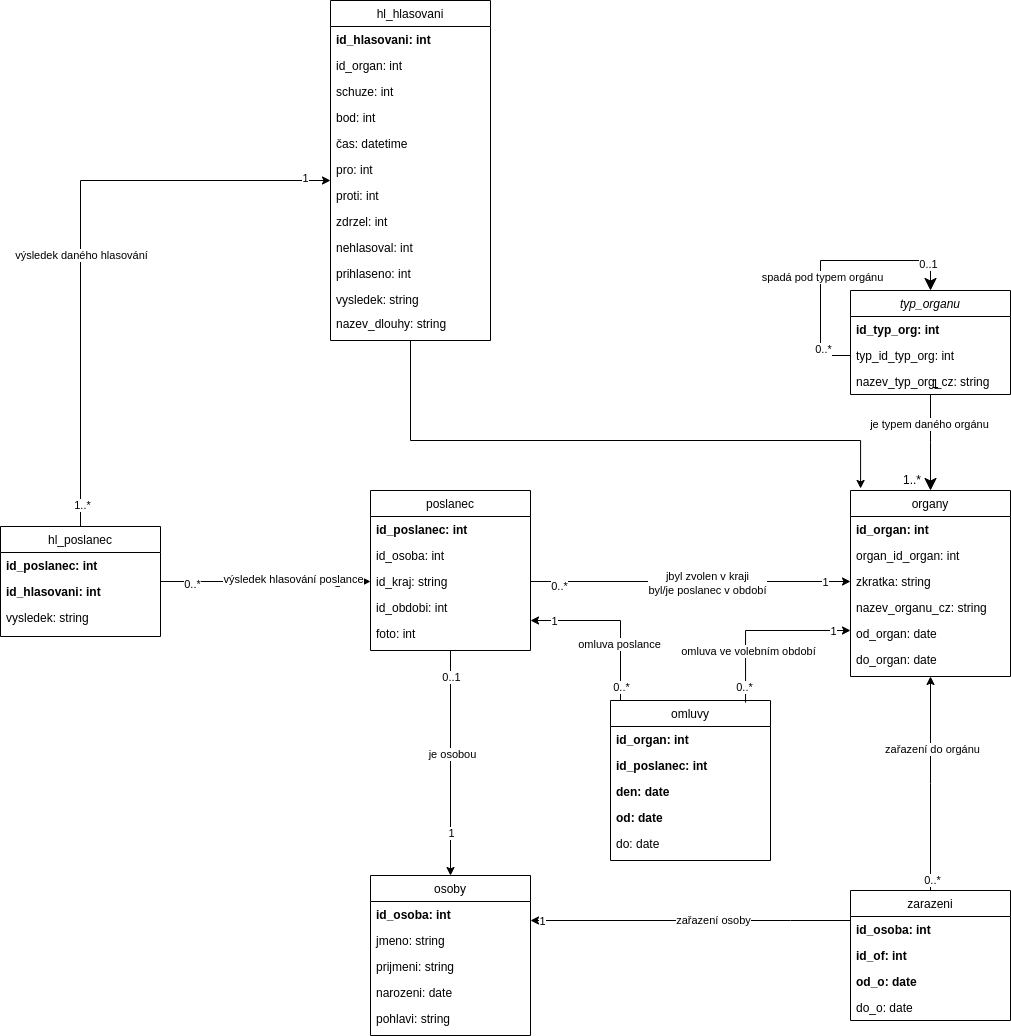
This is src/images/source_data_diagram.png from lukas-dang/diploma-thesis, a draw.io export, as it was before one commit. Source tidied: cells renumbered, new cells last; positions are measured from the earlier drawing's top-left corner, leaving out a move shared by most shapes.
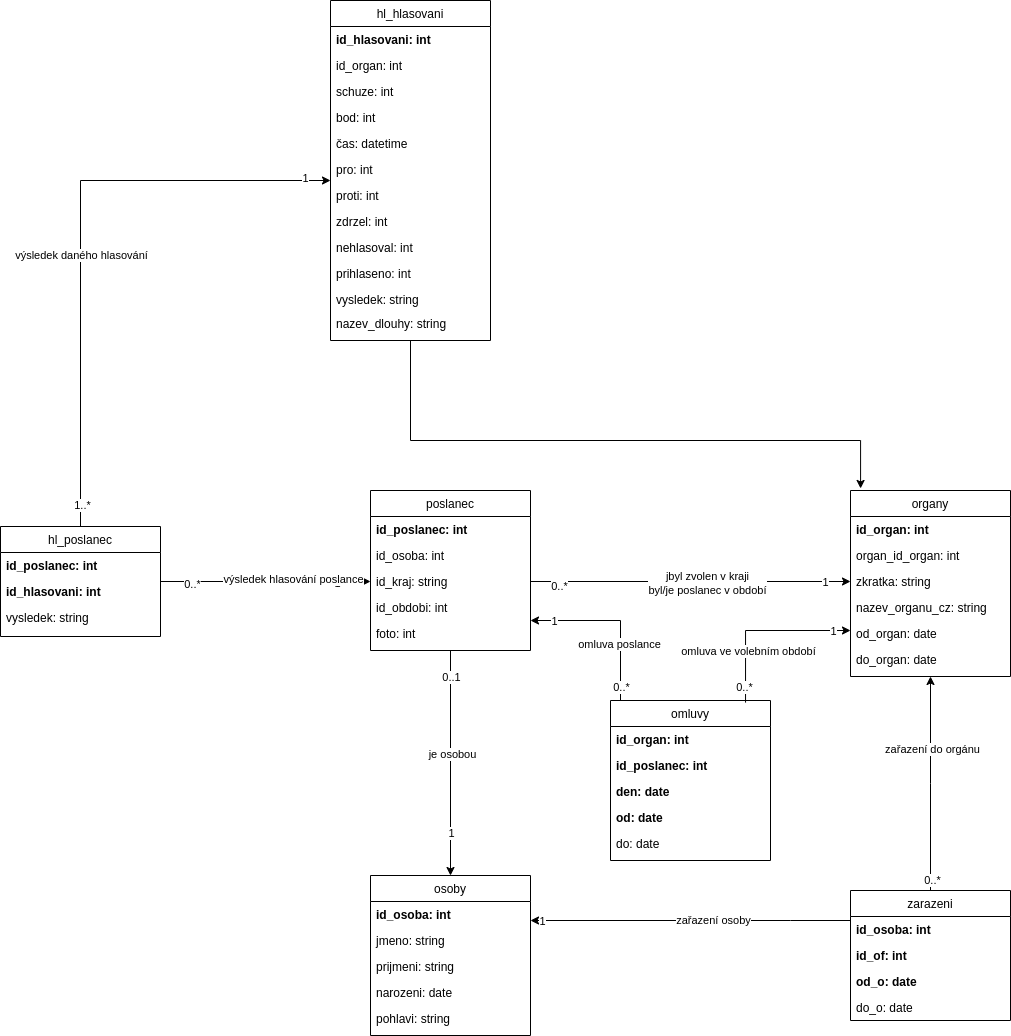
Above is the later version.

Change to the diagram source:
```diff
@@ -2,36 +2,6 @@
   <root>
     <mxCell id="0" />
     <mxCell id="1" parent="0" />
-    <mxCell id="2" value="typ_organu&#10;" style="swimlane;fontStyle=2;align=center;verticalAlign=top;horizontal=1;startSize=26;rounded=0;shadow=0;strokeWidth=1;" parent="1" vertex="1">
-      <mxGeometry x="850" y="290" width="160" height="104" as="geometry" />
-    </mxCell>
-    <mxCell id="3" value="id_typ_org: int" style="text;align=left;verticalAlign=top;spacingLeft=4;spacingRight=4;overflow=hidden;fillColor=none;fontStyle=1;" parent="2" vertex="1">
-      <mxGeometry y="26" width="160" height="26" as="geometry" />
-    </mxCell>
-    <mxCell id="4" style="edgeStyle=orthogonalEdgeStyle;rounded=0;jettySize=auto;html=1;entryX=0.5;entryY=0;entryDx=0;entryDy=0;endSize=10;endArrow=classic;endFill=1;" parent="2" edge="1" source="8" target="2">
-      <mxGeometry relative="1" as="geometry">
-        <Array as="points">
-          <mxPoint x="-30" y="65" />
-          <mxPoint x="-30" y="-30" />
-          <mxPoint x="80" y="-30" />
-        </Array>
-      </mxGeometry>
-    </mxCell>
-    <mxCell id="5" value="0..1" style="edgeLabel;html=1;align=center;verticalAlign=middle;" parent="4" vertex="1">
-      <mxGeometry x="0.8" y="-3" relative="1" as="geometry" />
-    </mxCell>
-    <mxCell id="6" value="0..*" style="edgeLabel;html=1;align=center;verticalAlign=middle;" parent="4" vertex="1">
-      <mxGeometry x="-0.72" y="-2" relative="1" as="geometry" />
-    </mxCell>
-    <mxCell id="7" value="spadá pod typem orgánu" style="edgeLabel;html=1;align=center;verticalAlign=middle;" parent="4" vertex="1">
-      <mxGeometry x="-0.18" y="-1" relative="1" as="geometry" />
-    </mxCell>
-    <mxCell id="8" value="typ_id_typ_org: int" style="text;align=left;verticalAlign=top;spacingLeft=4;spacingRight=4;overflow=hidden;points=[[0,0.5],[1,0.5]];portConstraint=eastwest;rounded=0;shadow=0;html=0;" parent="2" vertex="1">
-      <mxGeometry y="52" width="160" height="26" as="geometry" />
-    </mxCell>
-    <mxCell id="9" value="nazev_typ_org_cz: string" style="text;align=left;verticalAlign=top;spacingLeft=4;spacingRight=4;overflow=hidden;rounded=0;shadow=0;html=0;" parent="2" vertex="1">
-      <mxGeometry y="78" width="160" height="26" as="geometry" />
-    </mxCell>
     <mxCell id="10" style="edgeStyle=elbowEdgeStyle;rounded=0;jettySize=auto;elbow=vertical;html=1;startArrow=classic;startFill=1;endArrow=none;endFill=0;" parent="1" edge="1" source="13" target="22">
       <mxGeometry relative="1" as="geometry">
         <Array as="points">
@@ -109,24 +79,6 @@
     <mxCell id="33" value="do_organ: date" style="text;align=left;verticalAlign=top;spacingLeft=4;spacingRight=4;overflow=hidden;rounded=0;shadow=0;html=0;" parent="27" vertex="1">
       <mxGeometry y="156" width="160" height="26" as="geometry" />
     </mxCell>
-    <mxCell id="34" style="endArrow=classic;shadow=0;strokeWidth=1;rounded=0;endFill=1;edgeStyle=elbowEdgeStyle;elbow=vertical;endSize=10;" parent="1" edge="1" source="2" target="27">
-      <mxGeometry x="0.5" y="41" relative="1" as="geometry">
-        <mxPoint x="-40" y="32" as="offset" />
-      </mxGeometry>
-    </mxCell>
-    <mxCell id="35" value="1" style="align=left;verticalAlign=bottom;labelBackgroundColor=none;fontSize=12;" parent="34" vertex="1">
-      <mxGeometry x="-1" relative="1" as="geometry">
-        <mxPoint y="-2" as="offset" />
-      </mxGeometry>
-    </mxCell>
-    <mxCell id="36" value="1..*" style="align=right;verticalAlign=bottom;labelBackgroundColor=none;fontSize=12;" parent="34" vertex="1">
-      <mxGeometry x="1" relative="1" as="geometry">
-        <mxPoint x="-8" y="-2" as="offset" />
-      </mxGeometry>
-    </mxCell>
-    <mxCell id="37" value="je typem daného orgánu" style="edgeLabel;html=1;align=center;verticalAlign=middle;" parent="34" vertex="1">
-      <mxGeometry x="-0.4" y="-2" relative="1" as="geometry" />
-    </mxCell>
     <mxCell id="38" style="edgeStyle=elbowEdgeStyle;rounded=0;jettySize=auto;elbow=vertical;html=1;startArrow=classic;startFill=1;endArrow=none;endFill=0;" parent="1" edge="1" source="13" target="42">
       <mxGeometry relative="1" as="geometry">
         <Array as="points">
```
